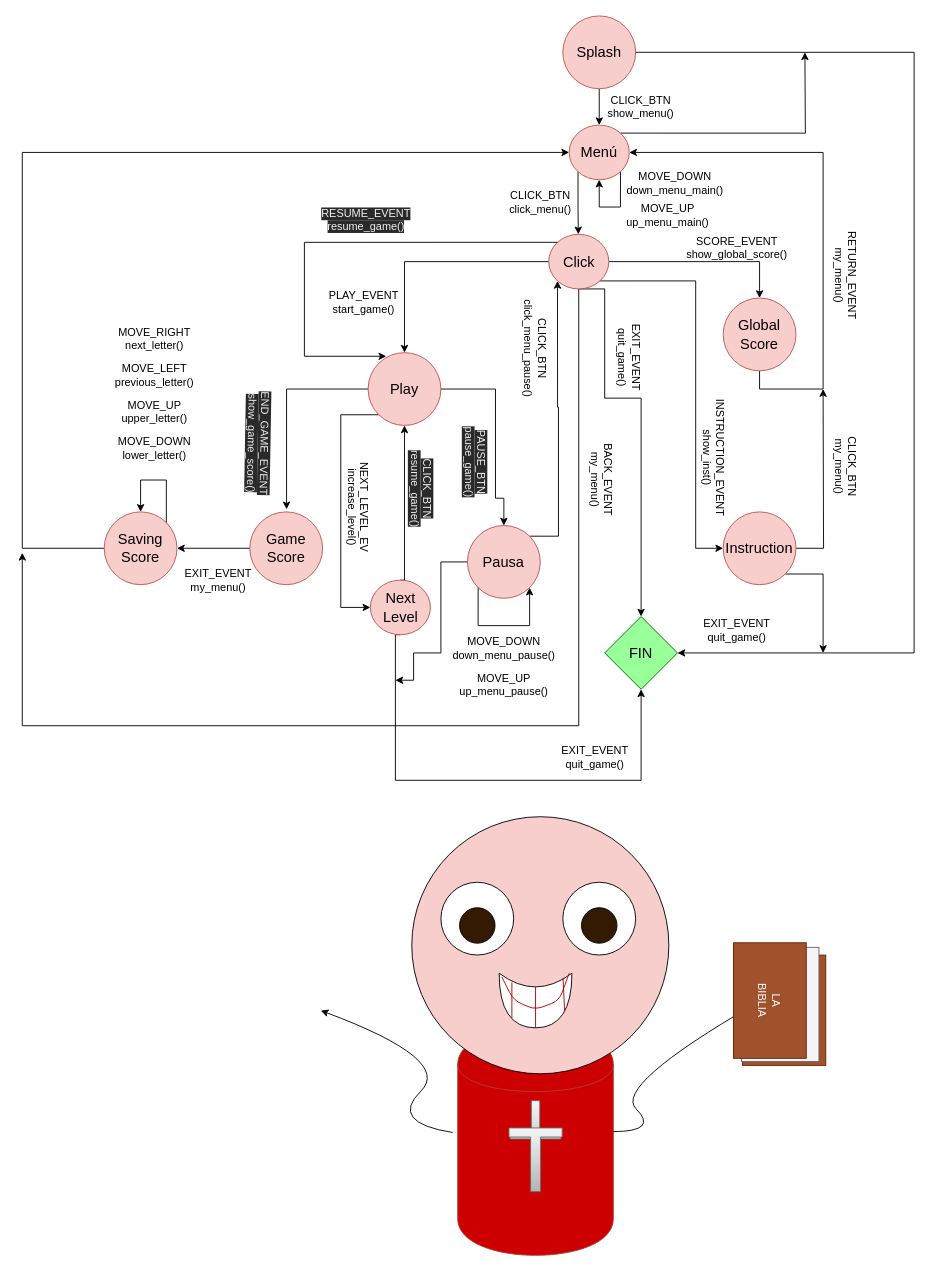
Before: some files/fsm_sketch.dio in KevinWahle/Programacion-1-TP-Integrador, a draw.io diagram. Source tidied: cells renumbered, new cells numbered last; positions are measured from the earlier drawing's top-left corner, leaving out a move shared by most shapes. Both pictures are drawn from the tidied source at 91%, with x=0, y=0 at pixel (22, 15).
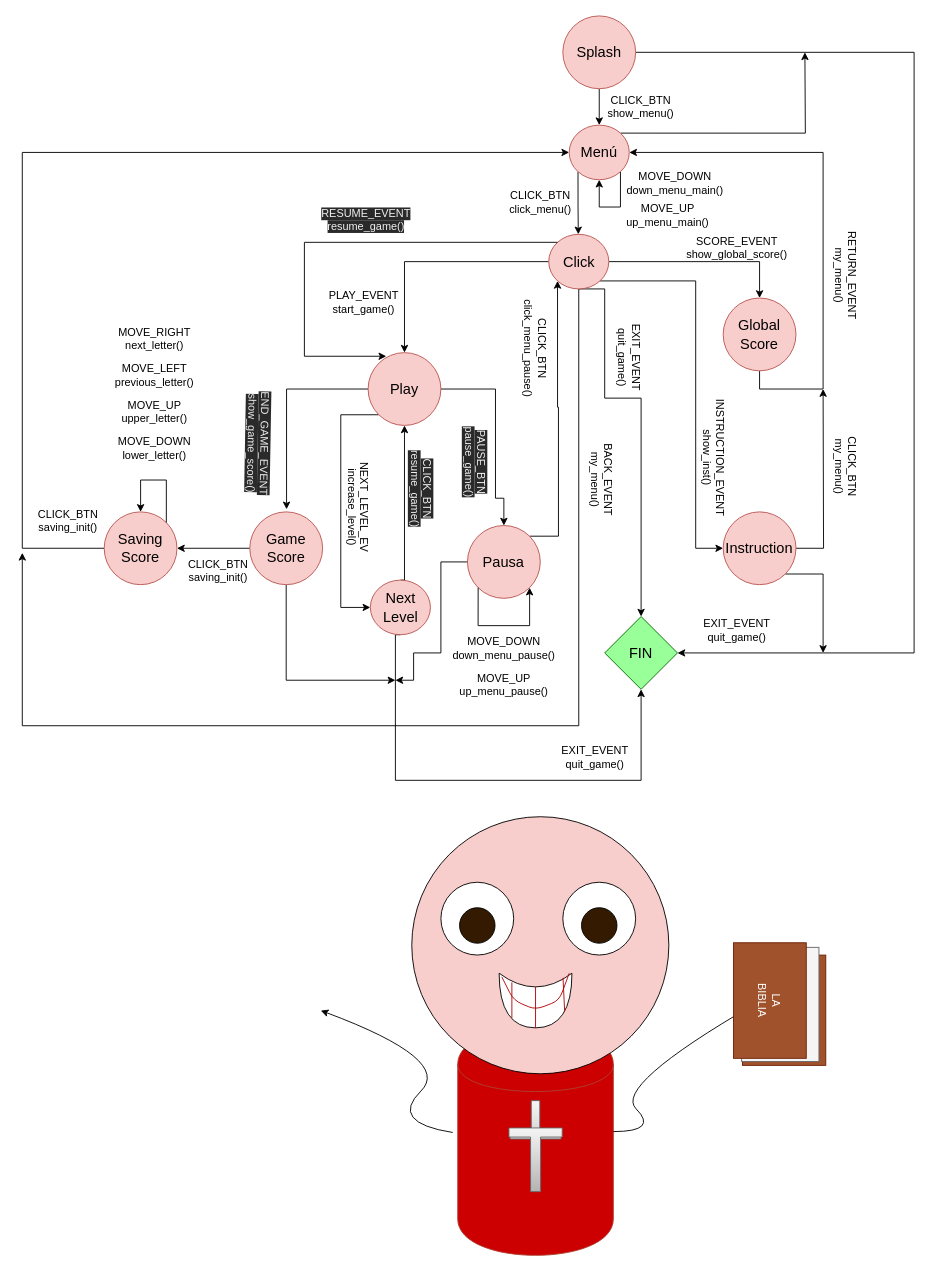
Above is the later version.

The change refers to these unchanged cells:
```xml
<mxCell id="49" value="Game&lt;br&gt;Score" style="ellipse;whiteSpace=wrap;html=1;fillColor=#f8cecc;strokeColor=#b85450;fontColor=#000000;fontSize=16;" parent="1" vertex="1">
  <mxGeometry x="250" y="545" width="80" height="80" as="geometry" />
</mxCell>
```

What changed in the source:
```diff
@@
+    <mxCell id="82" style="edgeStyle=orthogonalEdgeStyle;rounded=0;jettySize=auto;html=1;exitX=0.5;exitY=1;exitDx=0;exitDy=0;" parent="1" edge="1" source="49">
+      <mxGeometry relative="1" as="geometry">
+        <mxPoint x="410" y="730" as="targetPoint" />
+        <Array as="points">
+          <mxPoint x="290" y="730" />
+        </Array>
+      </mxGeometry>
+    </mxCell>
@@
-    <mxCell id="56" value="EXIT_EVENT&lt;br&gt;my_menu()" style="text;html=1;align=center;verticalAlign=middle;" parent="1" vertex="1">
-      <mxGeometry x="170" y="605" width="90" height="30" as="geometry" />
+    <mxCell id="56" value="CLICK_BTN&lt;br&gt;saving_init()" style="text;html=1;align=center;verticalAlign=middle;" parent="1" vertex="1">
+      <mxGeometry x="175" y="595" width="80" height="30" as="geometry" />
     </mxCell>
@@
+    <mxCell id="83" value="CLICK_BTN&lt;br&gt;saving_init()" style="text;html=1;align=center;verticalAlign=middle;" parent="1" vertex="1">
+      <mxGeometry x="10" y="540" width="80" height="30" as="geometry" />
+    </mxCell>
```
